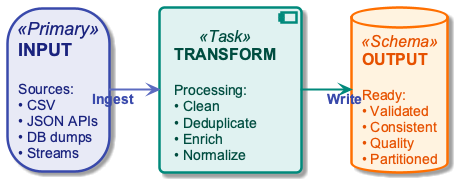
OrPerets/data-engineering-course keeps this PlantUML diagram as diagrams/week01/week1_data_pipeline.png. Above is the earlier version.
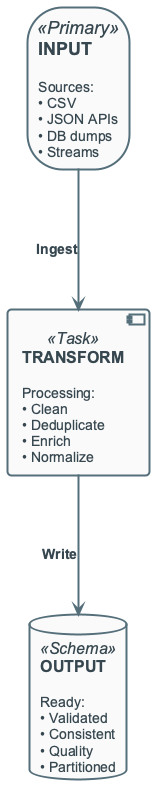
The same file after the commit.

Diff of the diagram source:
```diff
@@ -8,7 +8,7 @@
 
 database "**OUTPUT**\n\n<size:14>Ready:</size>\n<size:14>• Validated</size>\n<size:14>• Consistent</size>\n<size:14>• Quality</size>\n<size:14>• Partitioned</size>" as O <<Schema>>
 
-I -[#5C6BC0,thickness=2]-> T : <color:#3949AB>**Ingest**</color>
-T -[#00897B,thickness=2]-> O : <color:#3949AB>**Write**</color>
+I -> T : **Ingest**
+T -> O : **Write**
 
 @enduml
```
